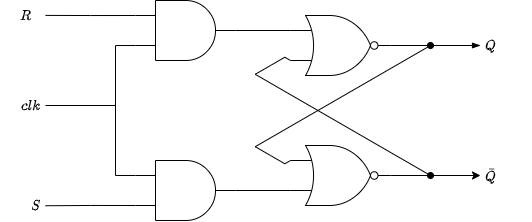
The draw.io diagram RS_flip_flop.png in pathakshashank17/Digital-Circuit-Diagrams, before a commit. Source tidied: cells renumbered, new cells last; positions are measured from the earlier drawing's top-left corner, leaving out a move shared by most shapes. The source it was exported from:
```xml
<mxGraphModel math="1">
  <root>
    <mxCell id="0" />
    <mxCell id="1" parent="0" />
    <mxCell id="2" style="edgeStyle=orthogonalEdgeStyle;rounded=0;jettySize=auto;html=1;exitX=1;exitY=0.5;exitDx=0;exitDy=0;exitPerimeter=0;" parent="1" edge="1" source="4">
      <mxGeometry relative="1" as="geometry">
        <mxPoint x="480" y="175" as="targetPoint" />
      </mxGeometry>
    </mxCell>
    <mxCell id="3" style="jettySize=auto;html=1;exitX=0;exitY=0.25;exitDx=0;exitDy=0;exitPerimeter=0;endArrow=oval;endFill=1;rounded=0;edgeStyle=isometricEdgeStyle;" parent="1" edge="1" source="4">
      <mxGeometry relative="1" as="geometry">
        <mxPoint x="430" y="45" as="targetPoint" />
        <Array as="points">
          <mxPoint x="270" y="155" />
        </Array>
      </mxGeometry>
    </mxCell>
    <mxCell id="4" style="verticalLabelPosition=bottom;shadow=0;dashed=0;align=center;html=1;verticalAlign=top;shape=mxgraph.electrical.logic_gates.logic_gate;operation=or;negating=1;negSize=0.15;" parent="1" vertex="1">
      <mxGeometry x="290" y="145" width="100" height="60" as="geometry" />
    </mxCell>
    <mxCell id="5" style="edgeStyle=orthogonalEdgeStyle;rounded=0;jettySize=auto;html=1;exitX=1;exitY=0.5;exitDx=0;exitDy=0;exitPerimeter=0;endArrow=blockThin;endFill=1;" parent="1" edge="1" source="7">
      <mxGeometry relative="1" as="geometry">
        <mxPoint x="480" y="45" as="targetPoint" />
      </mxGeometry>
    </mxCell>
    <mxCell id="6" style="edgeStyle=isometricEdgeStyle;jettySize=auto;html=1;exitX=0;exitY=0.75;exitDx=0;exitDy=0;exitPerimeter=0;endArrow=oval;endFill=1;elbow=vertical;strokeWidth=1;rounded=0;" parent="1" edge="1" source="7">
      <mxGeometry relative="1" as="geometry">
        <mxPoint x="430" y="175" as="targetPoint" />
        <Array as="points">
          <mxPoint x="270" y="65" />
        </Array>
      </mxGeometry>
    </mxCell>
    <mxCell id="7" style="verticalLabelPosition=bottom;shadow=0;dashed=0;align=center;html=1;verticalAlign=top;shape=mxgraph.electrical.logic_gates.logic_gate;operation=or;negating=1;negSize=0.15;" parent="1" vertex="1">
      <mxGeometry x="290" y="15" width="100" height="60" as="geometry" />
    </mxCell>
    <mxCell id="8" value="$$Q$$" style="text;html=1;align=center;verticalAlign=middle;strokeColor=none;fillColor=none;" parent="1" vertex="1">
      <mxGeometry x="465" y="35" width="50" height="20" as="geometry" />
    </mxCell>
    <mxCell id="9" value="$$\bar{Q}$$" style="text;html=1;align=center;verticalAlign=middle;strokeColor=none;fillColor=none;" parent="1" vertex="1">
      <mxGeometry x="450" y="165" width="80" height="20" as="geometry" />
    </mxCell>
    <mxCell id="10" style="edgeStyle=orthogonalEdgeStyle;rounded=0;jettySize=auto;html=1;exitX=1;exitY=0.5;exitDx=0;exitDy=0;exitPerimeter=0;entryX=0;entryY=0.75;entryDx=0;entryDy=0;entryPerimeter=0;endArrow=none;endFill=0;" parent="1" edge="1" source="12" target="4">
      <mxGeometry relative="1" as="geometry" />
    </mxCell>
    <mxCell id="11" style="edgeStyle=orthogonalEdgeStyle;rounded=0;jettySize=auto;html=1;exitX=0;exitY=0.75;exitDx=0;exitDy=0;exitPerimeter=0;endArrow=none;endFill=0;" parent="1" edge="1" source="12">
      <mxGeometry relative="1" as="geometry">
        <mxPoint x="45" y="205.2" as="targetPoint" />
      </mxGeometry>
    </mxCell>
    <mxCell id="12" style="verticalLabelPosition=bottom;shadow=0;dashed=0;align=center;html=1;verticalAlign=top;shape=mxgraph.electrical.logic_gates.logic_gate;operation=and;" parent="1" vertex="1">
      <mxGeometry x="135" y="160" width="100" height="60" as="geometry" />
    </mxCell>
    <mxCell id="13" style="edgeStyle=orthogonalEdgeStyle;rounded=0;jettySize=auto;html=1;exitX=1;exitY=0.5;exitDx=0;exitDy=0;exitPerimeter=0;entryX=0;entryY=0.25;entryDx=0;entryDy=0;entryPerimeter=0;endArrow=none;endFill=0;" parent="1" edge="1" source="16" target="7">
      <mxGeometry relative="1" as="geometry" />
    </mxCell>
    <mxCell id="14" style="edgeStyle=orthogonalEdgeStyle;rounded=0;jettySize=auto;html=1;exitX=0;exitY=0.75;exitDx=0;exitDy=0;exitPerimeter=0;entryX=0;entryY=0.25;entryDx=0;entryDy=0;entryPerimeter=0;endArrow=none;endFill=0;" parent="1" edge="1" source="16" target="12">
      <mxGeometry relative="1" as="geometry" />
    </mxCell>
    <mxCell id="15" style="edgeStyle=orthogonalEdgeStyle;rounded=0;jettySize=auto;html=1;exitX=0;exitY=0.25;exitDx=0;exitDy=0;exitPerimeter=0;endArrow=none;endFill=0;" parent="1" edge="1" source="16">
      <mxGeometry relative="1" as="geometry">
        <mxPoint x="45" y="14.9" as="targetPoint" />
      </mxGeometry>
    </mxCell>
    <mxCell id="16" style="verticalLabelPosition=bottom;shadow=0;dashed=0;align=center;html=1;verticalAlign=top;shape=mxgraph.electrical.logic_gates.logic_gate;operation=and;" parent="1" vertex="1">
      <mxGeometry x="135" width="100" height="60" as="geometry" />
    </mxCell>
    <mxCell id="17" style="endArrow=none;html=1;" parent="1" edge="1">
      <mxGeometry relative="1" as="geometry">
        <mxPoint x="45" y="105" as="sourcePoint" />
        <mxPoint x="115" y="105" as="targetPoint" />
      </mxGeometry>
    </mxCell>
    <mxCell id="18" value="$$R$$" style="text;html=1;align=center;verticalAlign=middle;strokeColor=none;fillColor=none;" parent="1" vertex="1">
      <mxGeometry y="5" width="50" height="20" as="geometry" />
    </mxCell>
    <mxCell id="19" value="$$clk$$" style="text;html=1;align=center;verticalAlign=middle;strokeColor=none;fillColor=none;" parent="1" vertex="1">
      <mxGeometry y="95" width="60" height="20" as="geometry" />
    </mxCell>
    <mxCell id="20" value="$$S$$" style="text;html=1;align=center;verticalAlign=middle;strokeColor=none;fillColor=none;" parent="1" vertex="1">
      <mxGeometry x="10" y="195" width="50" height="20" as="geometry" />
    </mxCell>
  </root>
</mxGraphModel>
```
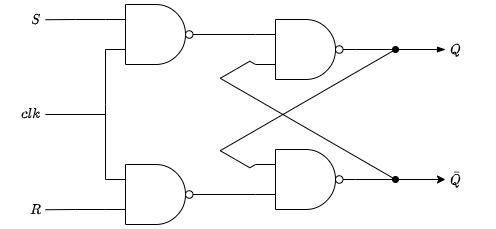
Later version of the same file.

What changed in the source:
```diff
@@ -2,83 +2,104 @@
   <root>
     <mxCell id="0" />
     <mxCell id="1" parent="0" />
-    <mxCell id="2" style="edgeStyle=orthogonalEdgeStyle;rounded=0;jettySize=auto;html=1;exitX=1;exitY=0.5;exitDx=0;exitDy=0;exitPerimeter=0;" parent="1" edge="1" source="4">
-      <mxGeometry relative="1" as="geometry">
-        <mxPoint x="480" y="175" as="targetPoint" />
-      </mxGeometry>
-    </mxCell>
-    <mxCell id="3" style="jettySize=auto;html=1;exitX=0;exitY=0.25;exitDx=0;exitDy=0;exitPerimeter=0;endArrow=oval;endFill=1;rounded=0;edgeStyle=isometricEdgeStyle;" parent="1" edge="1" source="4">
-      <mxGeometry relative="1" as="geometry">
-        <mxPoint x="430" y="45" as="targetPoint" />
-        <Array as="points">
-          <mxPoint x="270" y="155" />
-        </Array>
-      </mxGeometry>
-    </mxCell>
-    <mxCell id="4" style="verticalLabelPosition=bottom;shadow=0;dashed=0;align=center;html=1;verticalAlign=top;shape=mxgraph.electrical.logic_gates.logic_gate;operation=or;negating=1;negSize=0.15;" parent="1" vertex="1">
-      <mxGeometry x="290" y="145" width="100" height="60" as="geometry" />
-    </mxCell>
-    <mxCell id="5" style="edgeStyle=orthogonalEdgeStyle;rounded=0;jettySize=auto;html=1;exitX=1;exitY=0.5;exitDx=0;exitDy=0;exitPerimeter=0;endArrow=blockThin;endFill=1;" parent="1" edge="1" source="7">
-      <mxGeometry relative="1" as="geometry">
-        <mxPoint x="480" y="45" as="targetPoint" />
-      </mxGeometry>
-    </mxCell>
-    <mxCell id="6" style="edgeStyle=isometricEdgeStyle;jettySize=auto;html=1;exitX=0;exitY=0.75;exitDx=0;exitDy=0;exitPerimeter=0;endArrow=oval;endFill=1;elbow=vertical;strokeWidth=1;rounded=0;" parent="1" edge="1" source="7">
-      <mxGeometry relative="1" as="geometry">
-        <mxPoint x="430" y="175" as="targetPoint" />
-        <Array as="points">
-          <mxPoint x="270" y="65" />
-        </Array>
-      </mxGeometry>
-    </mxCell>
-    <mxCell id="7" style="verticalLabelPosition=bottom;shadow=0;dashed=0;align=center;html=1;verticalAlign=top;shape=mxgraph.electrical.logic_gates.logic_gate;operation=or;negating=1;negSize=0.15;" parent="1" vertex="1">
-      <mxGeometry x="290" y="15" width="100" height="60" as="geometry" />
-    </mxCell>
+    <mxCell id="21" style="edgeStyle=orthogonalEdgeStyle;rounded=0;orthogonalLoop=1;jettySize=auto;html=1;exitX=1;exitY=0.5;exitDx=0;exitDy=0;exitPerimeter=0;" parent="1" edge="1">
+      <mxGeometry relative="1" as="geometry">
+        <mxPoint x="345" y="60" as="sourcePoint" />
+        <mxPoint x="435" y="60" as="targetPoint" />
+      </mxGeometry>
+    </mxCell>
+    <mxCell id="22" style="orthogonalLoop=1;jettySize=auto;html=1;exitX=0;exitY=0.25;exitDx=0;exitDy=0;exitPerimeter=0;endArrow=oval;endFill=1;rounded=0;edgeStyle=isometricEdgeStyle;" parent="1" edge="1">
+      <mxGeometry relative="1" as="geometry">
+        <mxPoint x="245" y="45" as="sourcePoint" />
+        <mxPoint x="385" y="-70" as="targetPoint" />
+        <Array as="points">
+          <mxPoint x="225" y="40" />
+        </Array>
+      </mxGeometry>
+    </mxCell>
+    <mxCell id="23" style="edgeStyle=orthogonalEdgeStyle;rounded=0;orthogonalLoop=1;jettySize=auto;html=1;exitX=1;exitY=0.5;exitDx=0;exitDy=0;exitPerimeter=0;endArrow=blockThin;endFill=1;" parent="1" edge="1">
+      <mxGeometry relative="1" as="geometry">
+        <mxPoint x="345" y="-70" as="sourcePoint" />
+        <mxPoint x="435" y="-70" as="targetPoint" />
+      </mxGeometry>
+    </mxCell>
+    <mxCell id="24" style="edgeStyle=isometricEdgeStyle;orthogonalLoop=1;jettySize=auto;html=1;exitX=0;exitY=0.75;exitDx=0;exitDy=0;exitPerimeter=0;endArrow=oval;endFill=1;elbow=vertical;strokeWidth=1;rounded=0;" parent="1" edge="1">
+      <mxGeometry relative="1" as="geometry">
+        <mxPoint x="245" y="-55" as="sourcePoint" />
+        <mxPoint x="385" y="60" as="targetPoint" />
+        <Array as="points">
+          <mxPoint x="225" y="-50" />
+        </Array>
+      </mxGeometry>
+    </mxCell>
     <mxCell id="8" value="$$Q$$" style="text;html=1;align=center;verticalAlign=middle;strokeColor=none;fillColor=none;" parent="1" vertex="1">
-      <mxGeometry x="465" y="35" width="50" height="20" as="geometry" />
+      <mxGeometry x="420" y="-80" width="50" height="20" as="geometry" />
     </mxCell>
     <mxCell id="9" value="$$\bar{Q}$$" style="text;html=1;align=center;verticalAlign=middle;strokeColor=none;fillColor=none;" parent="1" vertex="1">
-      <mxGeometry x="450" y="165" width="80" height="20" as="geometry" />
+      <mxGeometry x="405" y="50" width="80" height="20" as="geometry" />
     </mxCell>
-    <mxCell id="10" style="edgeStyle=orthogonalEdgeStyle;rounded=0;jettySize=auto;html=1;exitX=1;exitY=0.5;exitDx=0;exitDy=0;exitPerimeter=0;entryX=0;entryY=0.75;entryDx=0;entryDy=0;entryPerimeter=0;endArrow=none;endFill=0;" parent="1" edge="1" source="12" target="4">
-      <mxGeometry relative="1" as="geometry" />
-    </mxCell>
-    <mxCell id="11" style="edgeStyle=orthogonalEdgeStyle;rounded=0;jettySize=auto;html=1;exitX=0;exitY=0.75;exitDx=0;exitDy=0;exitPerimeter=0;endArrow=none;endFill=0;" parent="1" edge="1" source="12">
-      <mxGeometry relative="1" as="geometry">
-        <mxPoint x="45" y="205.2" as="targetPoint" />
-      </mxGeometry>
-    </mxCell>
-    <mxCell id="12" style="verticalLabelPosition=bottom;shadow=0;dashed=0;align=center;html=1;verticalAlign=top;shape=mxgraph.electrical.logic_gates.logic_gate;operation=and;" parent="1" vertex="1">
-      <mxGeometry x="135" y="160" width="100" height="60" as="geometry" />
-    </mxCell>
-    <mxCell id="13" style="edgeStyle=orthogonalEdgeStyle;rounded=0;jettySize=auto;html=1;exitX=1;exitY=0.5;exitDx=0;exitDy=0;exitPerimeter=0;entryX=0;entryY=0.25;entryDx=0;entryDy=0;entryPerimeter=0;endArrow=none;endFill=0;" parent="1" edge="1" source="16" target="7">
-      <mxGeometry relative="1" as="geometry" />
-    </mxCell>
-    <mxCell id="14" style="edgeStyle=orthogonalEdgeStyle;rounded=0;jettySize=auto;html=1;exitX=0;exitY=0.75;exitDx=0;exitDy=0;exitPerimeter=0;entryX=0;entryY=0.25;entryDx=0;entryDy=0;entryPerimeter=0;endArrow=none;endFill=0;" parent="1" edge="1" source="16" target="12">
-      <mxGeometry relative="1" as="geometry" />
-    </mxCell>
-    <mxCell id="15" style="edgeStyle=orthogonalEdgeStyle;rounded=0;jettySize=auto;html=1;exitX=0;exitY=0.25;exitDx=0;exitDy=0;exitPerimeter=0;endArrow=none;endFill=0;" parent="1" edge="1" source="16">
-      <mxGeometry relative="1" as="geometry">
-        <mxPoint x="45" y="14.9" as="targetPoint" />
-      </mxGeometry>
-    </mxCell>
-    <mxCell id="16" style="verticalLabelPosition=bottom;shadow=0;dashed=0;align=center;html=1;verticalAlign=top;shape=mxgraph.electrical.logic_gates.logic_gate;operation=and;" parent="1" vertex="1">
-      <mxGeometry x="135" width="100" height="60" as="geometry" />
-    </mxCell>
-    <mxCell id="17" style="endArrow=none;html=1;" parent="1" edge="1">
-      <mxGeometry relative="1" as="geometry">
-        <mxPoint x="45" y="105" as="sourcePoint" />
-        <mxPoint x="115" y="105" as="targetPoint" />
-      </mxGeometry>
-    </mxCell>
+    <mxCell id="25" style="edgeStyle=orthogonalEdgeStyle;rounded=0;orthogonalLoop=1;jettySize=auto;html=1;exitX=1;exitY=0.5;exitDx=0;exitDy=0;exitPerimeter=0;entryX=0;entryY=0.75;entryDx=0;entryDy=0;entryPerimeter=0;endArrow=none;endFill=0;" parent="1" edge="1">
+      <mxGeometry relative="1" as="geometry">
+        <mxPoint x="190" y="75" as="sourcePoint" />
+        <mxPoint x="245" y="75" as="targetPoint" />
+      </mxGeometry>
+    </mxCell>
+    <mxCell id="26" style="edgeStyle=orthogonalEdgeStyle;rounded=0;orthogonalLoop=1;jettySize=auto;html=1;exitX=1;exitY=0.5;exitDx=0;exitDy=0;exitPerimeter=0;entryX=0;entryY=0.25;entryDx=0;entryDy=0;entryPerimeter=0;endArrow=none;endFill=0;" parent="1" edge="1">
+      <mxGeometry relative="1" as="geometry">
+        <mxPoint x="190" y="-85" as="sourcePoint" />
+        <mxPoint x="245" y="-85" as="targetPoint" />
+      </mxGeometry>
+    </mxCell>
+    <mxCell id="27" style="verticalLabelPosition=bottom;shadow=0;dashed=0;align=center;html=1;verticalAlign=top;shape=mxgraph.electrical.logic_gates.logic_gate;operation=and;negating=1;negSize=0.15;" parent="1" vertex="1">
+      <mxGeometry x="245" y="30" width="100" height="60" as="geometry" />
+    </mxCell>
+    <mxCell id="28" style="verticalLabelPosition=bottom;shadow=0;dashed=0;align=center;html=1;verticalAlign=top;shape=mxgraph.electrical.logic_gates.logic_gate;operation=and;negating=1;negSize=0.15;" parent="1" vertex="1">
+      <mxGeometry x="245" y="-100" width="100" height="60" as="geometry" />
+    </mxCell>
+    <mxCell id="29" style="edgeStyle=orthogonalEdgeStyle;rounded=0;jettySize=auto;html=1;exitX=1;exitY=0.5;exitDx=0;exitDy=0;exitPerimeter=0;endArrow=none;endFill=0;" parent="1" edge="1" source="31">
+      <mxGeometry relative="1" as="geometry">
+        <mxPoint x="195" y="74.3" as="targetPoint" />
+      </mxGeometry>
+    </mxCell>
+    <mxCell id="30" style="edgeStyle=orthogonalEdgeStyle;rounded=0;jettySize=auto;html=1;exitX=0;exitY=0.75;exitDx=0;exitDy=0;exitPerimeter=0;endArrow=none;endFill=0;" parent="1" edge="1" source="31">
+      <mxGeometry relative="1" as="geometry">
+        <mxPoint x="35" y="90.2" as="targetPoint" />
+      </mxGeometry>
+    </mxCell>
+    <mxCell id="31" style="verticalLabelPosition=bottom;shadow=0;dashed=0;align=center;html=1;verticalAlign=top;shape=mxgraph.electrical.logic_gates.logic_gate;operation=and;negating=1;negSize=0.15;" parent="1" vertex="1">
+      <mxGeometry x="95" y="45" width="100" height="60" as="geometry" />
+    </mxCell>
+    <mxCell id="32" style="edgeStyle=orthogonalEdgeStyle;rounded=0;jettySize=auto;html=1;exitX=0;exitY=0.75;exitDx=0;exitDy=0;exitPerimeter=0;endArrow=none;endFill=0;" parent="1" edge="1" source="34">
+      <mxGeometry relative="1" as="geometry">
+        <mxPoint x="95" y="60" as="targetPoint" />
+        <Array as="points">
+          <mxPoint x="95" y="-15" />
+          <mxPoint x="95" y="-15" />
+        </Array>
+      </mxGeometry>
+    </mxCell>
+    <mxCell id="33" style="edgeStyle=orthogonalEdgeStyle;rounded=0;jettySize=auto;html=1;exitX=0;exitY=0.25;exitDx=0;exitDy=0;exitPerimeter=0;endArrow=none;endFill=0;" parent="1" edge="1" source="34">
+      <mxGeometry relative="1" as="geometry">
+        <mxPoint x="35" y="-99.8" as="targetPoint" />
+      </mxGeometry>
+    </mxCell>
+    <mxCell id="34" style="verticalLabelPosition=bottom;shadow=0;dashed=0;align=center;html=1;verticalAlign=top;shape=mxgraph.electrical.logic_gates.logic_gate;operation=and;negating=1;negSize=0.15;" parent="1" vertex="1">
+      <mxGeometry x="95" y="-115" width="100" height="60" as="geometry" />
+    </mxCell>
+    <mxCell id="35" style="endArrow=none;html=1;" parent="1" edge="1">
+      <mxGeometry relative="1" as="geometry">
+        <mxPoint x="35" y="-5" as="sourcePoint" />
+        <mxPoint x="95" y="-5" as="targetPoint" />
+      </mxGeometry>
+    </mxCell>
+    <mxCell id="20" value="$$S$$" style="text;html=1;align=center;verticalAlign=middle;strokeColor=none;fillColor=none;" parent="1" vertex="1">
+      <mxGeometry y="-110" width="50" height="20" as="geometry" />
+    </mxCell>
+    <mxCell id="19" value="$$clk$$" style="text;html=1;align=center;verticalAlign=middle;strokeColor=none;fillColor=none;" parent="1" vertex="1">
+      <mxGeometry x="-10" y="-16" width="60" height="20" as="geometry" />
+    </mxCell>
     <mxCell id="18" value="$$R$$" style="text;html=1;align=center;verticalAlign=middle;strokeColor=none;fillColor=none;" parent="1" vertex="1">
-      <mxGeometry y="5" width="50" height="20" as="geometry" />
+      <mxGeometry y="80" width="50" height="20" as="geometry" />
     </mxCell>
-    <mxCell id="19" value="$$clk$$" style="text;html=1;align=center;verticalAlign=middle;strokeColor=none;fillColor=none;" parent="1" vertex="1">
-      <mxGeometry y="95" width="60" height="20" as="geometry" />
-    </mxCell>
-    <mxCell id="20" value="$$S$$" style="text;html=1;align=center;verticalAlign=middle;strokeColor=none;fillColor=none;" parent="1" vertex="1">
-      <mxGeometry x="10" y="195" width="50" height="20" as="geometry" />
-    </mxCell>
   </root>
 </mxGraphModel>
```
